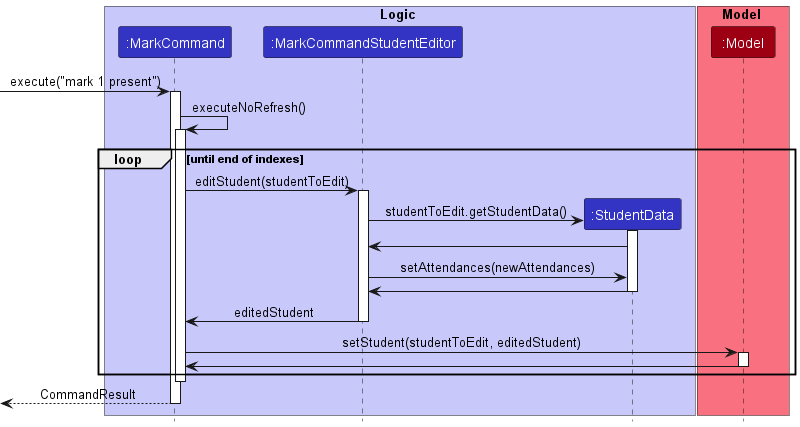
Before: docs/images/MarkCommandSequenceDiagram.png, a diagram exported from PlantUML (nus-cs2103-AY2223S1/tp).
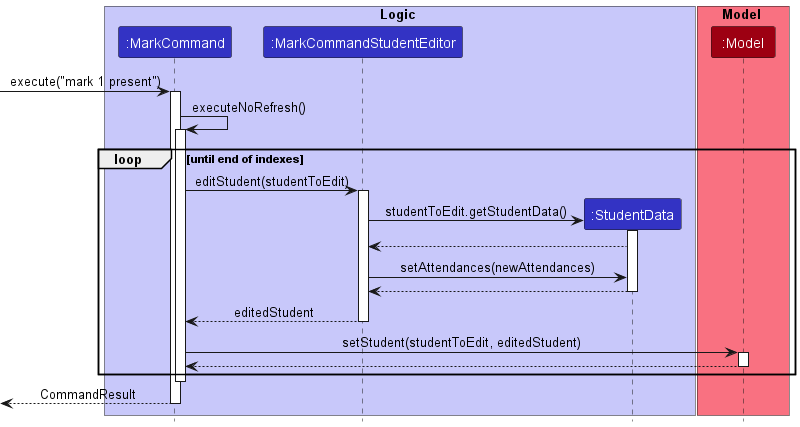
Above is the later version.

Commit message:
Fix DG Sequence Diagram

Forgot to put dotted lines for return value

What changed in the source:
```diff
@@ -26,19 +26,19 @@
     StudentEditor -> StudentData : studentToEdit.getStudentData()
     activate StudentData
 
-    StudentData -> StudentEditor
+    StudentData --> StudentEditor
 
     StudentEditor -> StudentData : setAttendances(newAttendances)
 
-    StudentData -> StudentEditor
+    StudentData --> StudentEditor
     deactivate StudentData
 
-    StudentEditor -> MarkCommand : editedStudent
+    StudentEditor --> MarkCommand : editedStudent
     deactivate StudentEditor
 
     MarkCommand -> Model : setStudent(studentToEdit, editedStudent)
     activate Model
-    Model -> MarkCommand
+    Model --> MarkCommand
     deactivate Model
 end
 
```
